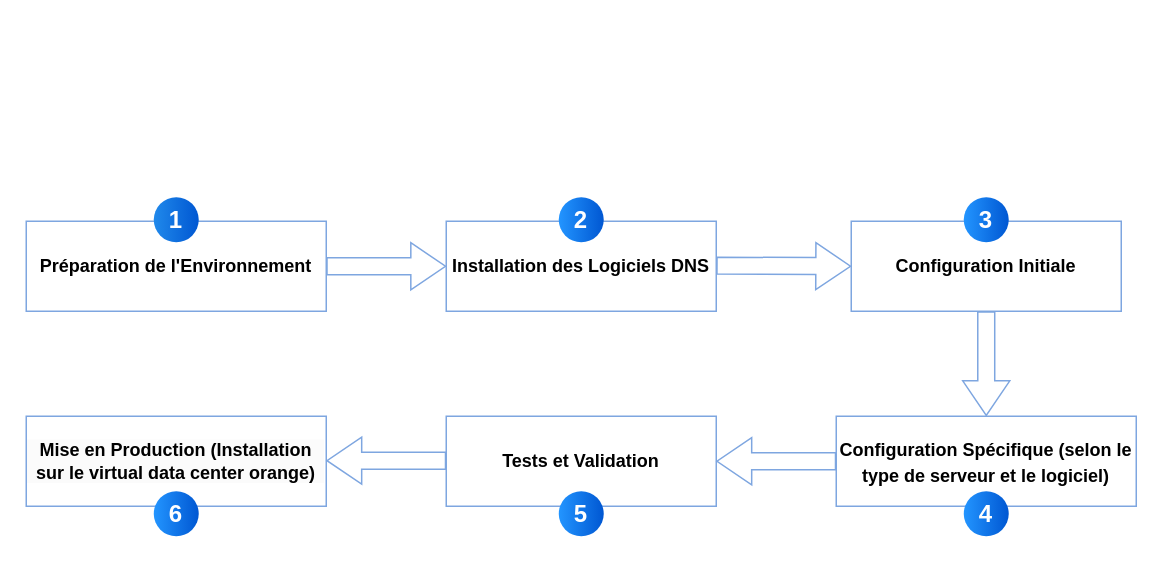
Before: Installation&configuration.drawio in eya-harbaoui/Diagramms, a draw.io diagram. Source tidied: cells renumbered, new cells numbered last; positions are measured from the earlier drawing's top-left corner, leaving out a move shared by most shapes. Both pictures are drawn from the tidied source at 150%, with x=0, y=0 at pixel (26, 26).
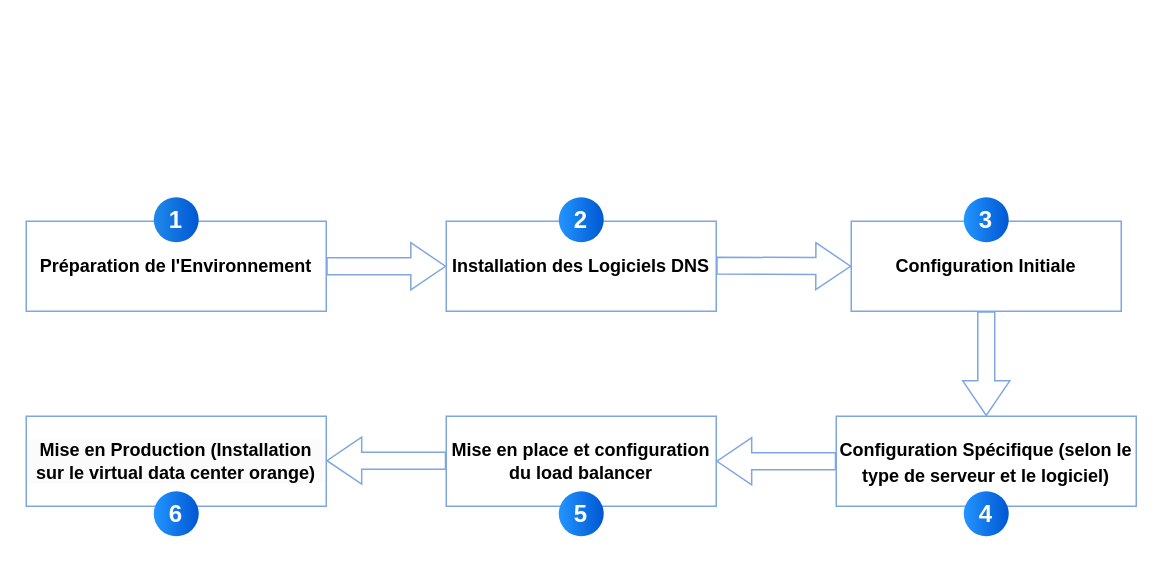
Above is the later version.

Commit message:
Mettre à jour Installation&configuration.drawio

The edit, as a diff of the source:
```diff
@@
-    <mxCell id="7" value="&lt;p&gt;&lt;/p&gt;&lt;ul style=&quot;forced-color-adjust: none; color: rgb(0, 0, 0); font-family: Helvetica; font-size: 12px; font-style: normal; font-variant-ligatures: normal; font-variant-caps: normal; font-weight: 400; letter-spacing: normal; orphans: 2; text-align: left; text-indent: 0px; text-transform: none; widows: 2; word-spacing: 0px; -webkit-text-stroke-width: 0px; white-space: normal; background-color: rgb(251, 251, 251); text-decoration-thickness: initial; text-decoration-style: initial; text-decoration-color: initial;&quot;&gt;&lt;/ul&gt;&lt;p&gt;&lt;/p&gt;&lt;p&gt;&lt;strong&gt;Tests et Validation&lt;/strong&gt;&lt;/p&gt;" style="rounded=0;whiteSpace=wrap;html=1;strokeColor=#7EA6E0;" parent="1" vertex="1">
+    <mxCell id="7" value="&lt;p&gt;&lt;/p&gt;&lt;ul style=&quot;forced-color-adjust: none; color: rgb(0, 0, 0); font-family: Helvetica; font-size: 12px; font-style: normal; font-variant-ligatures: normal; font-variant-caps: normal; font-weight: 400; letter-spacing: normal; orphans: 2; text-align: left; text-indent: 0px; text-transform: none; widows: 2; word-spacing: 0px; -webkit-text-stroke-width: 0px; white-space: normal; background-color: rgb(251, 251, 251); text-decoration-thickness: initial; text-decoration-style: initial; text-decoration-color: initial;&quot;&gt;&lt;/ul&gt;&lt;p&gt;&lt;/p&gt;&lt;p&gt;&lt;strong&gt;Mise en place et configuration du load balancer&lt;/strong&gt;&lt;/p&gt;" style="rounded=0;whiteSpace=wrap;html=1;strokeColor=#7EA6E0;" parent="1" vertex="1">
       <mxGeometry x="280" y="260" width="180" height="60" as="geometry" />
     </mxCell>
```
